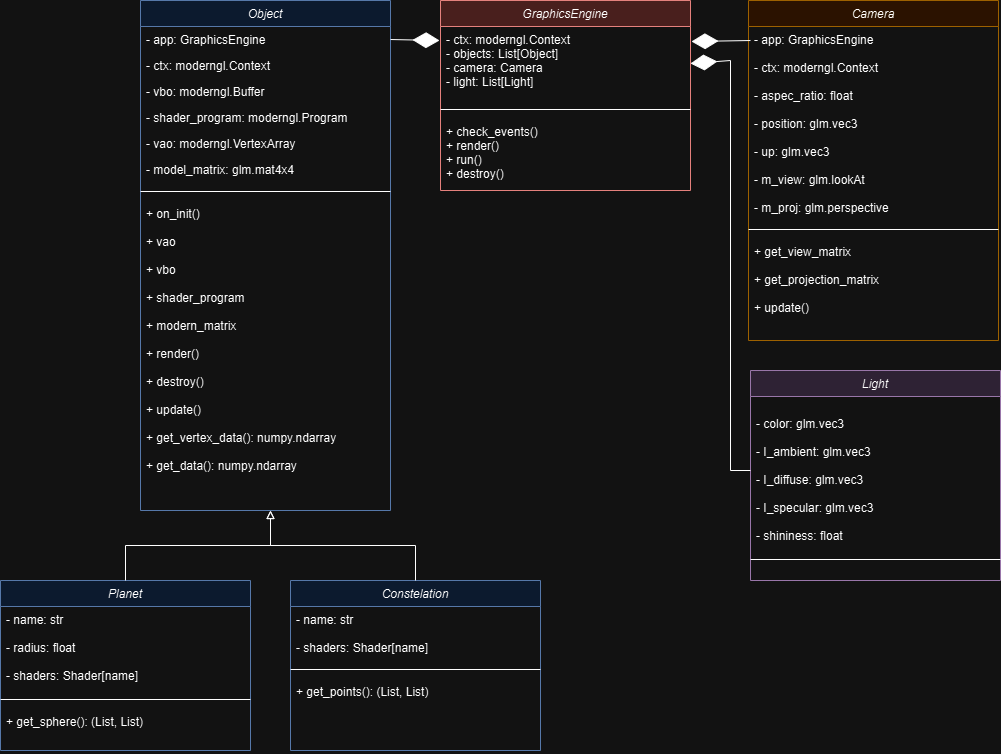
The draw.io diagram disseny/Diagrama de classes.png in guillemgarcia2183/Sistema-Solar, before a commit. Source tidied: cells renumbered, new cells last; positions are measured from the earlier drawing's top-left corner, leaving out a move shared by most shapes.
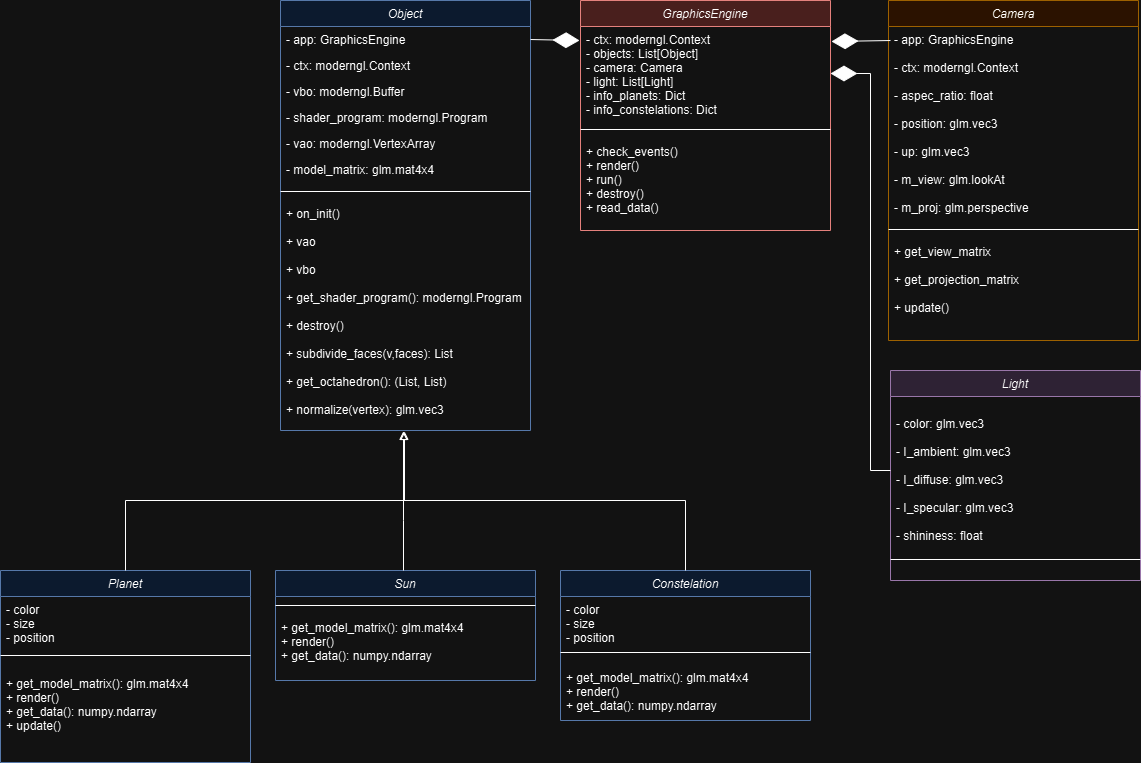
After the commit.

Change to the diagram source:
```diff
@@ -3,7 +3,7 @@
     <mxCell id="0" />
     <mxCell id="1" parent="0" />
     <mxCell id="2" value="Object" style="swimlane;fontStyle=2;align=center;verticalAlign=top;horizontal=1;startSize=26;rounded=0;shadow=0;strokeWidth=1;fillColor=#dae8fc;strokeColor=#6c8ebf;" parent="1" vertex="1">
-      <mxGeometry x="140" width="250" height="510" as="geometry" />
+      <mxGeometry x="140" width="250" height="430" as="geometry" />
     </mxCell>
     <mxCell id="3" value="- app: GraphicsEngine" style="text;align=left;verticalAlign=top;spacingLeft=4;spacingRight=4;overflow=hidden;points=[[0,0.5],[1,0.5]];portConstraint=eastwest;" parent="2" vertex="1">
       <mxGeometry y="26" width="250" height="26" as="geometry" />
@@ -26,8 +26,8 @@
     <mxCell id="9" style="line;html=1;strokeWidth=1;align=left;verticalAlign=middle;spacingTop=-1;spacingLeft=3;spacingRight=3;labelPosition=right;" parent="2" vertex="1">
       <mxGeometry y="182" width="250" height="18" as="geometry" />
     </mxCell>
-    <mxCell id="10" value="+ on_init()&#10;&#10;+ vao&#10;&#10;+ vbo&#10;&#10;+ shader_program&#10;&#10;+ modern_matrix&#10;&#10;+ render()&#10;&#10;+ destroy()&#10;&#10;+ update()&#10;&#10;+ get_vertex_data(): numpy.ndarray&#10;&#10;+ get_data(): numpy.ndarray&#10;&#10;&#10;" style="text;align=left;verticalAlign=top;spacingLeft=4;spacingRight=4;overflow=hidden;points=[[0,0.5],[1,0.5]];portConstraint=eastwest;" parent="2" vertex="1">
-      <mxGeometry y="200" width="250" height="310" as="geometry" />
+    <mxCell id="10" value="+ on_init()&#10;&#10;+ vao&#10;&#10;+ vbo&#10;&#10;+ get_shader_program(): moderngl.Program&#10;&#10;+ destroy()&#10;&#10;+ subdivide_faces(v,faces): List&#10;&#10;+ get_octahedron(): (List, List)&#10;&#10;+ normalize(vertex): glm.vec3&#10;&#10;" style="text;align=left;verticalAlign=top;spacingLeft=4;spacingRight=4;overflow=hidden;points=[[0,0.5],[1,0.5]];portConstraint=eastwest;" parent="2" vertex="1">
+      <mxGeometry y="200" width="250" height="230" as="geometry" />
     </mxCell>
     <mxCell id="11" value="Camera" style="swimlane;fontStyle=2;align=center;verticalAlign=top;horizontal=1;startSize=26;rounded=0;shadow=0;strokeWidth=1;fillColor=#ffe6cc;strokeColor=#d79b00;" parent="1" vertex="1">
       <mxGeometry x="748" width="250" height="340" as="geometry" />
@@ -42,50 +42,46 @@
       <mxGeometry y="238" width="250" height="80" as="geometry" />
     </mxCell>
     <mxCell id="15" value="Planet" style="swimlane;fontStyle=2;align=center;verticalAlign=top;horizontal=1;startSize=26;rounded=0;shadow=0;strokeWidth=1;fillColor=#dae8fc;strokeColor=#6c8ebf;" parent="1" vertex="1">
-      <mxGeometry y="580" width="250" height="170" as="geometry" />
+      <mxGeometry x="-140" y="570" width="250" height="192" as="geometry" />
     </mxCell>
-    <mxCell id="16" value="- name: str&#10;&#10;- radius: float&#10;&#10;- shaders: Shader[name]" style="text;align=left;verticalAlign=top;spacingLeft=4;spacingRight=4;overflow=hidden;" parent="15" vertex="1">
-      <mxGeometry y="26" width="250" height="84" as="geometry" />
-    </mxCell>
+    <mxCell id="35" value="- color&#10;- size&#10;- position" style="text;align=left;verticalAlign=top;spacingLeft=4;spacingRight=4;overflow=hidden;" parent="15" vertex="1">
+      <mxGeometry y="26" width="250" height="44" as="geometry" />
+    </mxCell>
     <mxCell id="17" style="line;html=1;strokeWidth=1;align=left;verticalAlign=middle;spacingTop=-1;spacingLeft=3;spacingRight=3;labelPosition=right;" parent="15" vertex="1">
-      <mxGeometry y="110" width="250" height="18" as="geometry" />
+      <mxGeometry y="70" width="250" height="30" as="geometry" />
     </mxCell>
-    <mxCell id="18" value="+ get_sphere(): (List, List)&#10;" style="text;align=left;verticalAlign=top;spacingLeft=4;spacingRight=4;overflow=hidden;" parent="15" vertex="1">
-      <mxGeometry y="128" width="250" height="42" as="geometry" />
+    <mxCell id="18" value="+ get_model_matrix(): glm.mat4x4&#10;+ render()&#10;+ get_data(): numpy.ndarray&#10;+ update()&#10;" style="text;align=left;verticalAlign=top;spacingLeft=4;spacingRight=4;overflow=hidden;" parent="15" vertex="1">
+      <mxGeometry y="100" width="250" height="82" as="geometry" />
     </mxCell>
     <mxCell id="19" value="Constelation" style="swimlane;fontStyle=2;align=center;verticalAlign=top;horizontal=1;startSize=26;rounded=0;shadow=0;strokeWidth=1;fillColor=#dae8fc;strokeColor=#6c8ebf;" parent="1" vertex="1">
-      <mxGeometry x="290" y="580" width="250" height="170" as="geometry" />
+      <mxGeometry x="420" y="570" width="250" height="150" as="geometry" />
     </mxCell>
-    <mxCell id="20" value="- name: str&#10;&#10;- shaders: Shader[name]" style="text;align=left;verticalAlign=top;spacingLeft=4;spacingRight=4;overflow=hidden;" parent="19" vertex="1">
-      <mxGeometry y="26" width="250" height="54" as="geometry" />
-    </mxCell>
+    <mxCell id="36" value="- color&#10;- size&#10;- position" style="text;align=left;verticalAlign=top;spacingLeft=4;spacingRight=4;overflow=hidden;" parent="19" vertex="1">
+      <mxGeometry y="26" width="250" height="44" as="geometry" />
+    </mxCell>
     <mxCell id="21" style="line;html=1;strokeWidth=1;align=left;verticalAlign=middle;spacingTop=-1;spacingLeft=3;spacingRight=3;labelPosition=right;" parent="19" vertex="1">
-      <mxGeometry y="80" width="250" height="18" as="geometry" />
+      <mxGeometry y="70" width="250" height="24" as="geometry" />
     </mxCell>
-    <mxCell id="22" value="+ get_points(): (List, List)&#10;" style="text;align=left;verticalAlign=top;spacingLeft=4;spacingRight=4;overflow=hidden;" parent="19" vertex="1">
-      <mxGeometry y="98" width="250" height="42" as="geometry" />
-    </mxCell>
+    <mxCell id="37" value="+ get_model_matrix(): glm.mat4x4&#10;+ render()&#10;+ get_data(): numpy.ndarray&#10;&#10;" style="text;align=left;verticalAlign=top;spacingLeft=4;spacingRight=4;overflow=hidden;" parent="19" vertex="1">
+      <mxGeometry y="94" width="250" height="56" as="geometry" />
+    </mxCell>
-    <mxCell id="23" style="endArrow=block;html=1;endFill=0;edgeStyle=elbowEdgeStyle;elbow=vertical;rounded=0;exitX=0.5;exitY=0;exitDx=0;exitDy=0;" parent="1" edge="1" source="15">
-      <mxGeometry relative="1" as="geometry">
-        <mxPoint x="270" y="510" as="targetPoint" />
-      </mxGeometry>
+    <mxCell id="23" style="endArrow=block;html=1;endFill=0;edgeStyle=elbowEdgeStyle;elbow=vertical;rounded=0;exitX=0.5;exitY=0;exitDx=0;exitDy=0;entryX=0.496;entryY=1.004;entryDx=0;entryDy=0;entryPerimeter=0;" parent="1" edge="1" source="15" target="10">
+      <mxGeometry relative="1" as="geometry" />
     </mxCell>
-    <mxCell id="24" style="endArrow=block;html=1;endFill=0;edgeStyle=elbowEdgeStyle;elbow=vertical;rounded=0;exitX=0.5;exitY=0;exitDx=0;exitDy=0;" parent="1" edge="1" source="19">
-      <mxGeometry relative="1" as="geometry">
-        <mxPoint x="270" y="510" as="targetPoint" />
-      </mxGeometry>
+    <mxCell id="24" style="endArrow=block;html=1;endFill=0;edgeStyle=elbowEdgeStyle;elbow=vertical;rounded=0;exitX=0.5;exitY=0;exitDx=0;exitDy=0;entryX=0.492;entryY=1.004;entryDx=0;entryDy=0;entryPerimeter=0;" parent="1" edge="1" source="19" target="10">
+      <mxGeometry relative="1" as="geometry" />
     </mxCell>
     <mxCell id="25" value="GraphicsEngine" style="swimlane;fontStyle=2;align=center;verticalAlign=top;horizontal=1;startSize=26;rounded=0;shadow=0;strokeWidth=1;fillColor=#f8cecc;strokeColor=#b85450;" parent="1" vertex="1">
-      <mxGeometry x="440" width="250" height="190" as="geometry" />
+      <mxGeometry x="440" width="250" height="230" as="geometry" />
     </mxCell>
-    <mxCell id="26" value="- ctx: moderngl.Context&#10;- objects: List[Object]&#10;- camera: Camera&#10;- light: List[Light]" style="text;align=left;verticalAlign=top;spacingLeft=4;spacingRight=4;overflow=hidden;points=[[0,0.5],[1,0.5]];portConstraint=eastwest;rounded=0;shadow=0;html=0;" parent="25" vertex="1">
-      <mxGeometry y="26" width="250" height="74" as="geometry" />
+    <mxCell id="26" value="- ctx: moderngl.Context&#10;- objects: List[Object]&#10;- camera: Camera&#10;- light: List[Light]&#10;- info_planets: Dict&#10;- info_constelations: Dict" style="text;align=left;verticalAlign=top;spacingLeft=4;spacingRight=4;overflow=hidden;points=[[0,0.5],[1,0.5]];portConstraint=eastwest;rounded=0;shadow=0;html=0;" parent="25" vertex="1">
+      <mxGeometry y="26" width="250" height="94" as="geometry" />
     </mxCell>
     <mxCell id="27" style="line;html=1;strokeWidth=1;align=left;verticalAlign=middle;spacingTop=-1;spacingLeft=3;spacingRight=3;labelPosition=right;" parent="25" vertex="1">
-      <mxGeometry y="100" width="250" height="18" as="geometry" />
+      <mxGeometry y="120" width="250" height="18" as="geometry" />
     </mxCell>
-    <mxCell id="28" value="+ check_events()&#10;+ render()&#10;+ run()&#10;+ destroy()" style="text;align=left;verticalAlign=top;spacingLeft=4;spacingRight=4;overflow=hidden;" parent="25" vertex="1">
-      <mxGeometry y="118" width="250" height="72" as="geometry" />
+    <mxCell id="28" value="+ check_events()&#10;+ render()&#10;+ run()&#10;+ destroy()&#10;+ read_data()&#10;" style="text;align=left;verticalAlign=top;spacingLeft=4;spacingRight=4;overflow=hidden;" parent="25" vertex="1">
+      <mxGeometry y="138" width="250" height="92" as="geometry" />
     </mxCell>
     <mxCell id="29" style="endArrow=diamondThin;endFill=1;endSize=24;html=1;rounded=0;exitX=1;exitY=0.5;exitDx=0;exitDy=0;" parent="1" edge="1" source="3">
       <mxGeometry relative="1" as="geometry">
@@ -112,9 +108,26 @@
         <mxPoint x="750" y="470" as="sourcePoint" />
         <Array as="points">
           <mxPoint x="730" y="470" />
-          <mxPoint x="730" y="60" />
+          <mxPoint x="730" y="73" />
         </Array>
       </mxGeometry>
     </mxCell>
+    <mxCell id="38" value="Sun" style="swimlane;fontStyle=2;align=center;verticalAlign=top;horizontal=1;startSize=26;rounded=0;shadow=0;strokeWidth=1;fillColor=#dae8fc;strokeColor=#6c8ebf;" parent="1" vertex="1">
+      <mxGeometry x="135" y="570" width="260" height="110" as="geometry" />
+    </mxCell>
+    <mxCell id="39" style="line;html=1;strokeWidth=1;align=left;verticalAlign=middle;spacingTop=-1;spacingLeft=3;spacingRight=3;labelPosition=right;" parent="38" vertex="1">
+      <mxGeometry y="26" width="260" height="18" as="geometry" />
+    </mxCell>
+    <mxCell id="40" value="+ get_model_matrix(): glm.mat4x4&#10;+ render()&#10;+ get_data(): numpy.ndarray&#10;&#10;" style="text;align=left;verticalAlign=top;spacingLeft=4;spacingRight=4;overflow=hidden;" parent="38" vertex="1">
+      <mxGeometry y="44" width="260" height="56" as="geometry" />
+    </mxCell>
+    <mxCell id="41" style="endArrow=block;html=1;endFill=0;edgeStyle=elbowEdgeStyle;elbow=vertical;rounded=0;entryX=0.492;entryY=1.004;entryDx=0;entryDy=0;entryPerimeter=0;" parent="1" edge="1" target="10">
+      <mxGeometry relative="1" as="geometry">
+        <mxPoint x="263" y="570" as="sourcePoint" />
+        <Array as="points">
+          <mxPoint x="260" y="520" />
+        </Array>
+      </mxGeometry>
+    </mxCell>
   </root>
 </mxGraphModel>
```
